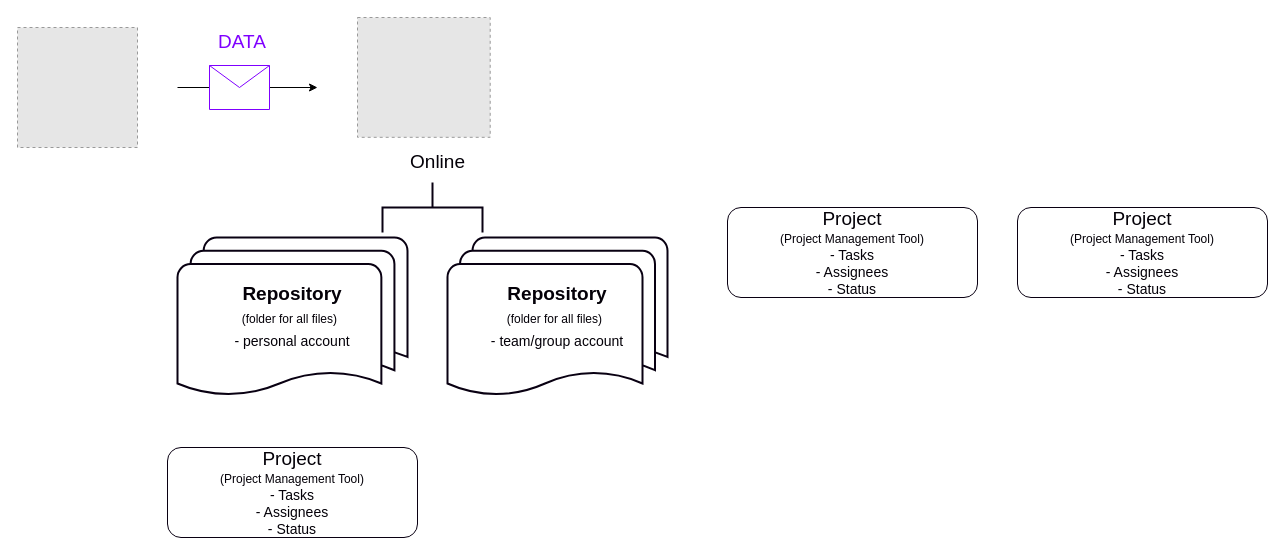
This is Untitled Diagram.drawio from camrynallen/CamrynDAllen, a draw.io file, before an edit. Source tidied: cells renumbered, new cells numbered last; positions are measured from the earlier drawing's top-left corner, leaving out a move shared by most shapes. Both pictures are drawn from the tidied source at 100%, with x=0, y=0 at pixel (17, 17). Pictures stored in the file or linked from it are replaced by grey dashed boxes.
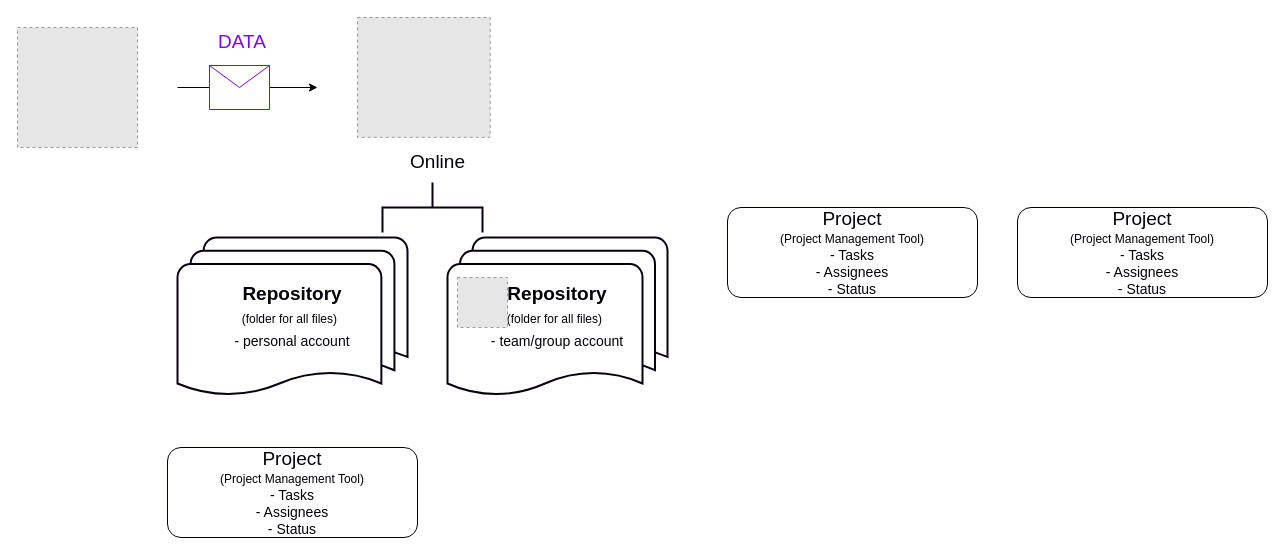
The same page after the edit.

Change to the diagram source:
```diff
@@
 <mxGraphModel>
   <root>
     <mxCell id="0" />
     <mxCell id="1" parent="0" />
     <mxCell id="2" value="DATA" style="text;html=1;strokeColor=none;fillColor=none;align=center;verticalAlign=middle;whiteSpace=wrap;rounded=0;fontSize=19;fontColor=#7F00FF;" parent="1" vertex="1">
       <mxGeometry x="190" y="10" width="70" height="30" as="geometry" />
     </mxCell>
     <mxCell id="3" style="fillColor=#E6E6E6;strokeColor=#999999;dashed=1;verticalLabelPosition=bottom;labelBackgroundColor=default;verticalAlign=top;" parent="1" vertex="1">
       <mxGeometry y="10" width="120" height="120" as="geometry" />
     </mxCell>
     <mxCell id="4" style="endArrow=classic;html=1;rounded=0;fontSize=19;fontColor=#7F00FF;" parent="1" edge="1">
       <mxGeometry relative="1" as="geometry">
         <mxPoint x="160" y="70" as="sourcePoint" />
         <mxPoint x="300" y="70" as="targetPoint" />
       </mxGeometry>
     </mxCell>
     <mxCell id="5" style="shape=message;html=1;strokeColor=#7F00FF;fontSize=19;fontColor=#7F00FF;" parent="4" vertex="1">
       <mxGeometry width="60" height="44" relative="1" as="geometry">
         <mxPoint x="-38" y="-22" as="offset" />
       </mxGeometry>
     </mxCell>
     <mxCell id="6" style="group;" parent="1" vertex="1">
       <mxGeometry x="340" width="160" height="170" as="geometry" />
     </mxCell>
     <mxCell id="7" style="fillColor=#E6E6E6;strokeColor=#999999;dashed=1;verticalLabelPosition=bottom;labelBackgroundColor=default;verticalAlign=top;" parent="6" vertex="1">
       <mxGeometry width="132.7" height="119.8" as="geometry" />
     </mxCell>
     <mxCell id="8" value="Online" style="text;html=1;strokeColor=none;fillColor=none;align=center;verticalAlign=middle;whiteSpace=wrap;rounded=0;fontSize=19;fontColor=#040008;" parent="6" vertex="1">
       <mxGeometry x="19.5" y="119.8" width="121" height="50.2" as="geometry" />
     </mxCell>
     <mxCell id="9" value="&lt;font style=&quot;font-size: 19px;&quot;&gt;Project&lt;/font&gt;&lt;br&gt;&lt;font style=&quot;font-size: 12px;&quot;&gt;(Project Management Tool)&lt;br&gt;&lt;/font&gt;- Tasks&lt;br&gt;- Assignees&lt;br&gt;- Status" style="rounded=1;whiteSpace=wrap;html=1;strokeColor=#090012;fontSize=14;fontColor=#040008;" parent="1" vertex="1">
       <mxGeometry x="710" y="190" width="250" height="90" as="geometry" />
     </mxCell>
     <mxCell id="10" value="&lt;font style=&quot;font-size: 19px;&quot;&gt;Project&lt;/font&gt;&lt;br&gt;&lt;font style=&quot;font-size: 12px;&quot;&gt;(Project Management Tool)&lt;br&gt;&lt;/font&gt;- Tasks&lt;br&gt;- Assignees&lt;br&gt;- Status" style="rounded=1;whiteSpace=wrap;html=1;strokeColor=#090012;fontSize=14;fontColor=#040008;" parent="1" vertex="1">
       <mxGeometry x="150" y="430" width="250" height="90" as="geometry" />
     </mxCell>
     <mxCell id="11" value="&lt;font style=&quot;font-size: 19px;&quot;&gt;Project&lt;/font&gt;&lt;br&gt;&lt;font style=&quot;font-size: 12px;&quot;&gt;(Project Management Tool)&lt;br&gt;&lt;/font&gt;- Tasks&lt;br&gt;- Assignees&lt;br&gt;- Status" style="rounded=1;whiteSpace=wrap;html=1;strokeColor=#090012;fontSize=14;fontColor=#040008;" parent="1" vertex="1">
       <mxGeometry x="1000" y="190" width="250" height="90" as="geometry" />
     </mxCell>
     <mxCell id="12" style="strokeWidth=2;html=1;shape=mxgraph.flowchart.annotation_2;align=left;labelPosition=right;strokeColor=#090012;fontSize=19;fontColor=#040008;rotation=90;" parent="1" vertex="1">
       <mxGeometry x="390" y="140" width="50" height="100" as="geometry" />
     </mxCell>
     <mxCell id="13" value="&lt;b&gt;Repository&lt;br&gt;&lt;/b&gt;&lt;font style=&quot;font-size: 12px;&quot;&gt;(folder for all files)&lt;/font&gt;&amp;nbsp;&lt;br&gt;&lt;font style=&quot;font-size: 14px;&quot;&gt;- personal account&lt;/font&gt;" style="strokeWidth=2;html=1;shape=mxgraph.flowchart.multi-document;whiteSpace=wrap;strokeColor=#090012;fontSize=19;fontColor=#040008;" parent="1" vertex="1">
       <mxGeometry x="160" y="220" width="230" height="160" as="geometry" />
     </mxCell>
     <mxCell id="14" value="&lt;b&gt;Repository&lt;br&gt;&lt;/b&gt;&lt;font style=&quot;font-size: 12px;&quot;&gt;(folder for all files)&lt;/font&gt;&amp;nbsp;&lt;br&gt;&lt;font style=&quot;font-size: 14px;&quot;&gt;- team/group account&lt;/font&gt;" style="strokeWidth=2;html=1;shape=mxgraph.flowchart.multi-document;whiteSpace=wrap;strokeColor=#090012;fontSize=19;fontColor=#040008;" parent="1" vertex="1">
       <mxGeometry x="430" y="220" width="220" height="160" as="geometry" />
     </mxCell>
+    <mxCell id="15" style="fillColor=#E6E6E6;strokeColor=#999999;dashed=1;verticalLabelPosition=bottom;verticalAlign=top;fontSize=19;fontColor=#040008;" parent="1" vertex="1">
+      <mxGeometry x="440" y="260" width="50" height="50" as="geometry" />
+    </mxCell>
   </root>
 </mxGraphModel>
```
